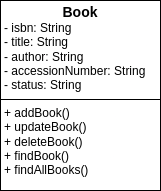
Earlier version of the draw.io export Library Management System UML.drawio.png (damoiskii/LMS-Server). Source tidied: cells renumbered, new cells last; positions are measured from the earlier drawing's top-left corner, leaving out a move shared by most shapes. Source of this version:
```xml
<mxGraphModel>
  <root>
    <mxCell id="0" />
    <mxCell id="1" parent="0" />
    <mxCell id="2" value="&lt;p style=&quot;text-align: center; margin: 4px 0px 0px;&quot;&gt;&lt;b&gt;&lt;font style=&quot;font-size: 14px;&quot;&gt;Book&lt;/font&gt;&lt;/b&gt;&lt;/p&gt;&lt;p style=&quot;margin:0px;margin-left:4px;&quot;&gt;- isbn: String&lt;/p&gt;&lt;p style=&quot;margin:0px;margin-left:4px;&quot;&gt;-&amp;nbsp;&lt;span style=&quot;background-color: initial;&quot;&gt;title: String&lt;/span&gt;&lt;/p&gt;&lt;p style=&quot;margin:0px;margin-left:4px;&quot;&gt;- author: String&lt;/p&gt;&lt;p style=&quot;margin:0px;margin-left:4px;&quot;&gt;- accessionNumber: String&lt;/p&gt;&lt;p style=&quot;margin:0px;margin-left:4px;&quot;&gt;- status: String&lt;/p&gt;&lt;hr size=&quot;1&quot; style=&quot;border-style:solid;&quot;&gt;&lt;p style=&quot;margin:0px;margin-left:4px;&quot;&gt;+ addBook()&lt;/p&gt;&lt;p style=&quot;margin:0px;margin-left:4px;&quot;&gt;+ updateBook()&lt;/p&gt;&lt;p style=&quot;margin:0px;margin-left:4px;&quot;&gt;+ deleteBook()&lt;/p&gt;&lt;p style=&quot;margin:0px;margin-left:4px;&quot;&gt;+ findBook()&lt;/p&gt;&lt;p style=&quot;margin:0px;margin-left:4px;&quot;&gt;+ findAllBooks()&lt;/p&gt;&lt;p style=&quot;margin:0px;margin-left:4px;&quot;&gt;&lt;br&gt;&lt;/p&gt;" style="verticalAlign=top;align=left;overflow=fill;html=1;whiteSpace=wrap;" parent="1" vertex="1">
      <mxGeometry width="160" height="190" as="geometry" />
    </mxCell>
  </root>
</mxGraphModel>
```
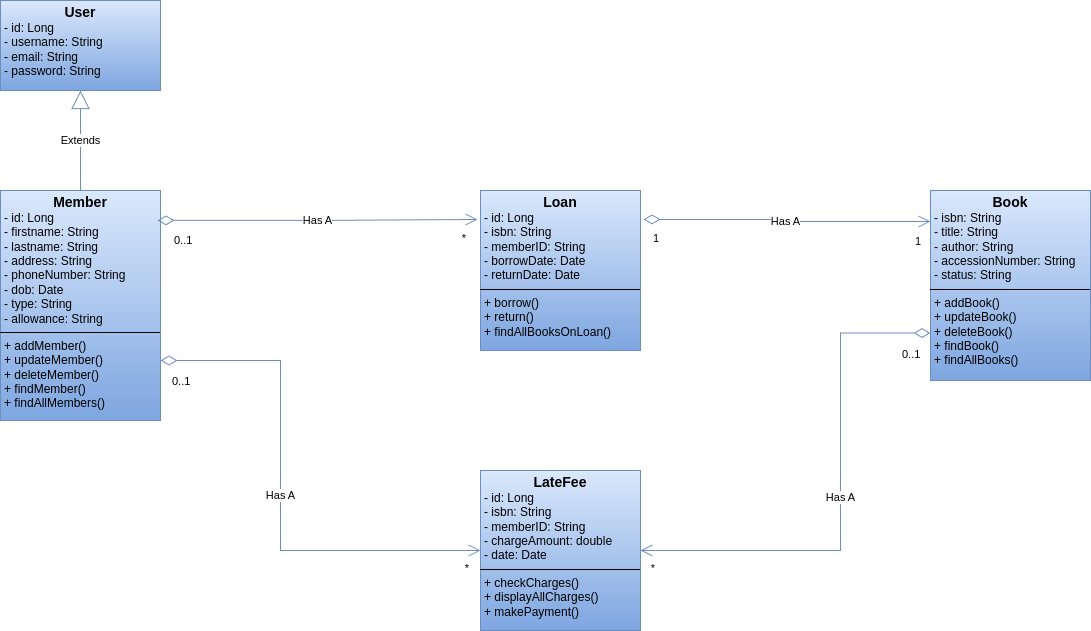
After the commit.

Diff of the diagram source:
```diff
@@ -2,8 +2,86 @@
   <root>
     <mxCell id="0" />
     <mxCell id="1" parent="0" />
-    <mxCell id="2" value="&lt;p style=&quot;text-align: center; margin: 4px 0px 0px;&quot;&gt;&lt;b&gt;&lt;font style=&quot;font-size: 14px;&quot;&gt;Book&lt;/font&gt;&lt;/b&gt;&lt;/p&gt;&lt;p style=&quot;margin:0px;margin-left:4px;&quot;&gt;- isbn: String&lt;/p&gt;&lt;p style=&quot;margin:0px;margin-left:4px;&quot;&gt;-&amp;nbsp;&lt;span style=&quot;background-color: initial;&quot;&gt;title: String&lt;/span&gt;&lt;/p&gt;&lt;p style=&quot;margin:0px;margin-left:4px;&quot;&gt;- author: String&lt;/p&gt;&lt;p style=&quot;margin:0px;margin-left:4px;&quot;&gt;- accessionNumber: String&lt;/p&gt;&lt;p style=&quot;margin:0px;margin-left:4px;&quot;&gt;- status: String&lt;/p&gt;&lt;hr size=&quot;1&quot; style=&quot;border-style:solid;&quot;&gt;&lt;p style=&quot;margin:0px;margin-left:4px;&quot;&gt;+ addBook()&lt;/p&gt;&lt;p style=&quot;margin:0px;margin-left:4px;&quot;&gt;+ updateBook()&lt;/p&gt;&lt;p style=&quot;margin:0px;margin-left:4px;&quot;&gt;+ deleteBook()&lt;/p&gt;&lt;p style=&quot;margin:0px;margin-left:4px;&quot;&gt;+ findBook()&lt;/p&gt;&lt;p style=&quot;margin:0px;margin-left:4px;&quot;&gt;+ findAllBooks()&lt;/p&gt;&lt;p style=&quot;margin:0px;margin-left:4px;&quot;&gt;&lt;br&gt;&lt;/p&gt;" style="verticalAlign=top;align=left;overflow=fill;html=1;whiteSpace=wrap;" parent="1" vertex="1">
+    <mxCell id="2" value="&lt;p style=&quot;text-align: center; margin: 4px 0px 0px;&quot;&gt;&lt;b&gt;&lt;font style=&quot;font-size: 14px;&quot;&gt;Book&lt;/font&gt;&lt;/b&gt;&lt;/p&gt;&lt;p style=&quot;margin:0px;margin-left:4px;&quot;&gt;- isbn: String&lt;/p&gt;&lt;p style=&quot;margin:0px;margin-left:4px;&quot;&gt;-&amp;nbsp;&lt;span style=&quot;background-color: initial;&quot;&gt;title: String&lt;/span&gt;&lt;/p&gt;&lt;p style=&quot;margin:0px;margin-left:4px;&quot;&gt;- author: String&lt;/p&gt;&lt;p style=&quot;margin:0px;margin-left:4px;&quot;&gt;- accessionNumber: String&lt;/p&gt;&lt;p style=&quot;margin:0px;margin-left:4px;&quot;&gt;- status: String&lt;/p&gt;&lt;hr size=&quot;1&quot; style=&quot;border-style:solid;&quot;&gt;&lt;p style=&quot;margin:0px;margin-left:4px;&quot;&gt;+ addBook()&lt;/p&gt;&lt;p style=&quot;margin:0px;margin-left:4px;&quot;&gt;+ updateBook()&lt;/p&gt;&lt;p style=&quot;margin:0px;margin-left:4px;&quot;&gt;+ deleteBook()&lt;/p&gt;&lt;p style=&quot;margin:0px;margin-left:4px;&quot;&gt;+ findBook()&lt;/p&gt;&lt;p style=&quot;margin:0px;margin-left:4px;&quot;&gt;+ findAllBooks()&lt;/p&gt;&lt;p style=&quot;margin:0px;margin-left:4px;&quot;&gt;&lt;br&gt;&lt;/p&gt;" style="verticalAlign=top;align=left;overflow=fill;html=1;whiteSpace=wrap;fillColor=#dae8fc;gradientColor=#7ea6e0;strokeColor=#6c8ebf;" parent="1" vertex="1">
       <mxGeometry width="160" height="190" as="geometry" />
     </mxCell>
+    <mxCell id="3" value="&lt;p style=&quot;text-align: center; margin: 4px 0px 0px;&quot;&gt;&lt;b&gt;&lt;font style=&quot;font-size: 14px;&quot;&gt;User&lt;/font&gt;&lt;/b&gt;&lt;/p&gt;&lt;p style=&quot;margin:0px;margin-left:4px;&quot;&gt;- id: Long&lt;/p&gt;&lt;p style=&quot;margin:0px;margin-left:4px;&quot;&gt;- username&lt;span style=&quot;background-color: initial;&quot;&gt;: String&lt;/span&gt;&lt;/p&gt;&lt;p style=&quot;margin:0px;margin-left:4px;&quot;&gt;- email: String&lt;/p&gt;&lt;p style=&quot;margin:0px;margin-left:4px;&quot;&gt;- password: String&lt;/p&gt;&lt;p style=&quot;margin:0px;margin-left:4px;&quot;&gt;&lt;br&gt;&lt;/p&gt;&lt;p style=&quot;margin:0px;margin-left:4px;&quot;&gt;&lt;br&gt;&lt;/p&gt;" style="verticalAlign=top;align=left;overflow=fill;html=1;whiteSpace=wrap;fillColor=#dae8fc;strokeColor=#6c8ebf;gradientColor=#7ea6e0;" parent="1" vertex="1">
+      <mxGeometry x="-930" y="-190" width="160" height="90" as="geometry" />
+    </mxCell>
+    <mxCell id="4" value="&lt;p style=&quot;text-align: center; margin: 4px 0px 0px;&quot;&gt;&lt;b&gt;&lt;font style=&quot;font-size: 14px;&quot;&gt;Member&lt;/font&gt;&lt;/b&gt;&lt;/p&gt;&lt;p style=&quot;margin:0px;margin-left:4px;&quot;&gt;- id:&amp;nbsp;&lt;span style=&quot;background-color: transparent; color: light-dark(rgb(0, 0, 0), rgb(255, 255, 255));&quot;&gt;Long&lt;/span&gt;&lt;/p&gt;&lt;p style=&quot;margin:0px;margin-left:4px;&quot;&gt;- firstname&lt;span style=&quot;background-color: initial;&quot;&gt;: String&lt;/span&gt;&lt;/p&gt;&lt;p style=&quot;margin:0px;margin-left:4px;&quot;&gt;- lastname: String&lt;/p&gt;&lt;p style=&quot;margin:0px;margin-left:4px;&quot;&gt;- address: String&lt;/p&gt;&lt;p style=&quot;margin:0px;margin-left:4px;&quot;&gt;- phoneNumber: String&lt;/p&gt;&lt;p style=&quot;margin:0px;margin-left:4px;&quot;&gt;- dob: Date&lt;/p&gt;&lt;p style=&quot;margin:0px;margin-left:4px;&quot;&gt;- type: String&lt;/p&gt;&lt;p style=&quot;margin:0px;margin-left:4px;&quot;&gt;- allowance: String&lt;/p&gt;&lt;hr size=&quot;1&quot; style=&quot;border-style:solid;&quot;&gt;&lt;p style=&quot;margin:0px;margin-left:4px;&quot;&gt;+ addMember()&lt;/p&gt;&lt;p style=&quot;margin:0px;margin-left:4px;&quot;&gt;+ updateMember()&lt;/p&gt;&lt;p style=&quot;margin:0px;margin-left:4px;&quot;&gt;+ deleteMember()&lt;/p&gt;&lt;p style=&quot;margin:0px;margin-left:4px;&quot;&gt;+ findMember()&lt;/p&gt;&lt;p style=&quot;margin:0px;margin-left:4px;&quot;&gt;+ findAllMembers()&lt;/p&gt;&lt;p style=&quot;margin:0px;margin-left:4px;&quot;&gt;&lt;br&gt;&lt;/p&gt;" style="verticalAlign=top;align=left;overflow=fill;html=1;whiteSpace=wrap;fillColor=#dae8fc;gradientColor=#7ea6e0;strokeColor=#6c8ebf;" parent="1" vertex="1">
+      <mxGeometry x="-930" width="160" height="230" as="geometry" />
+    </mxCell>
+    <mxCell id="5" value="&lt;font style=&quot;color: light-dark(rgb(0, 0, 0), rgb(51, 153, 255));&quot;&gt;Extends&lt;/font&gt;" style="endArrow=block;endSize=16;endFill=0;html=1;rounded=0;exitX=0.5;exitY=0;exitDx=0;exitDy=0;entryX=0.5;entryY=1;entryDx=0;entryDy=0;fillColor=#dae8fc;gradientColor=#7ea6e0;strokeColor=#6c8ebf;" parent="1" edge="1" source="4" target="3">
+      <mxGeometry relative="1" as="geometry" />
+    </mxCell>
+    <mxCell id="6" value="&lt;p style=&quot;text-align: center; margin: 4px 0px 0px;&quot;&gt;&lt;b&gt;&lt;font style=&quot;font-size: 14px;&quot;&gt;Loan&lt;/font&gt;&lt;/b&gt;&lt;/p&gt;&lt;p style=&quot;margin:0px;margin-left:4px;&quot;&gt;- id:&amp;nbsp;&lt;span style=&quot;background-color: transparent; color: light-dark(rgb(0, 0, 0), rgb(255, 255, 255));&quot;&gt;Long&lt;/span&gt;&lt;/p&gt;&lt;p style=&quot;margin:0px;margin-left:4px;&quot;&gt;- isbn: String&lt;/p&gt;&lt;p style=&quot;margin:0px;margin-left:4px;&quot;&gt;-&amp;nbsp;&lt;span style=&quot;background-color: initial;&quot;&gt;memberID: String&lt;/span&gt;&lt;/p&gt;&lt;p style=&quot;margin:0px;margin-left:4px;&quot;&gt;- borrowDate: Date&lt;/p&gt;&lt;p style=&quot;margin:0px;margin-left:4px;&quot;&gt;- returnDate: Date&lt;/p&gt;&lt;hr size=&quot;1&quot; style=&quot;border-style:solid;&quot;&gt;&lt;p style=&quot;margin:0px;margin-left:4px;&quot;&gt;+ borrow()&lt;/p&gt;&lt;p style=&quot;margin:0px;margin-left:4px;&quot;&gt;+ return()&lt;/p&gt;&lt;p style=&quot;margin:0px;margin-left:4px;&quot;&gt;&lt;span style=&quot;background-color: transparent; color: light-dark(rgb(0, 0, 0), rgb(255, 255, 255));&quot;&gt;+ findAllBooksOnLoan()&lt;/span&gt;&lt;/p&gt;&lt;p style=&quot;margin:0px;margin-left:4px;&quot;&gt;&lt;br&gt;&lt;/p&gt;" style="verticalAlign=top;align=left;overflow=fill;html=1;whiteSpace=wrap;fillColor=#dae8fc;gradientColor=#7ea6e0;strokeColor=#6c8ebf;" parent="1" vertex="1">
+      <mxGeometry x="-450" width="160" height="160" as="geometry" />
+    </mxCell>
+    <mxCell id="7" value="&lt;p style=&quot;text-align: center; margin: 4px 0px 0px;&quot;&gt;&lt;b&gt;&lt;font style=&quot;font-size: 14px;&quot;&gt;LateFee&lt;/font&gt;&lt;/b&gt;&lt;/p&gt;&lt;p style=&quot;margin:0px;margin-left:4px;&quot;&gt;- id:&amp;nbsp;&lt;span style=&quot;background-color: transparent; color: light-dark(rgb(0, 0, 0), rgb(255, 255, 255));&quot;&gt;Long&lt;/span&gt;&lt;/p&gt;&lt;p style=&quot;margin:0px;margin-left:4px;&quot;&gt;- isbn: String&lt;/p&gt;&lt;p style=&quot;margin:0px;margin-left:4px;&quot;&gt;-&amp;nbsp;&lt;span style=&quot;background-color: initial;&quot;&gt;memberID: String&lt;/span&gt;&lt;/p&gt;&lt;p style=&quot;margin:0px;margin-left:4px;&quot;&gt;- chargeAmount: double&lt;/p&gt;&lt;p style=&quot;margin:0px;margin-left:4px;&quot;&gt;- date: Date&lt;/p&gt;&lt;hr size=&quot;1&quot; style=&quot;border-style:solid;&quot;&gt;&lt;p style=&quot;margin:0px;margin-left:4px;&quot;&gt;+ checkCharges()&lt;/p&gt;&lt;p style=&quot;margin:0px;margin-left:4px;&quot;&gt;+ displayAllCharges()&lt;/p&gt;&lt;p style=&quot;margin:0px;margin-left:4px;&quot;&gt;&lt;span style=&quot;background-color: transparent; color: light-dark(rgb(0, 0, 0), rgb(255, 255, 255));&quot;&gt;+ makePayment()&lt;/span&gt;&lt;/p&gt;&lt;p style=&quot;margin:0px;margin-left:4px;&quot;&gt;&lt;br&gt;&lt;/p&gt;" style="verticalAlign=top;align=left;overflow=fill;html=1;whiteSpace=wrap;fillColor=#dae8fc;gradientColor=#7ea6e0;strokeColor=#6c8ebf;" parent="1" vertex="1">
+      <mxGeometry x="-450" y="280" width="160" height="160" as="geometry" />
+    </mxCell>
+    <mxCell id="8" value="&lt;font style=&quot;color: light-dark(rgb(0, 0, 0), rgb(51, 153, 255));&quot;&gt;Has A&lt;/font&gt;" style="endArrow=open;html=1;endSize=10;startArrow=diamondThin;startSize=14;startFill=0;edgeStyle=orthogonalEdgeStyle;rounded=0;exitX=0.981;exitY=0.13;exitDx=0;exitDy=0;exitPerimeter=0;entryX=-0.019;entryY=0.181;entryDx=0;entryDy=0;entryPerimeter=0;fillColor=#dae8fc;gradientColor=#7ea6e0;strokeColor=#6c8ebf;" parent="1" edge="1" source="4" target="6">
+      <mxGeometry relative="1" as="geometry" />
+    </mxCell>
+    <mxCell id="9" value="&lt;font style=&quot;color: light-dark(rgb(0, 0, 0), rgb(51, 153, 255));&quot;&gt;0..1&lt;/font&gt;" style="edgeLabel;html=1;align=left;verticalAlign=top;" parent="8" vertex="1">
+      <mxGeometry x="-1" relative="1" as="geometry">
+        <mxPoint x="15" y="7" as="offset" />
+      </mxGeometry>
+    </mxCell>
+    <mxCell id="10" value="&lt;font style=&quot;color: light-dark(rgb(0, 0, 0), rgb(51, 153, 255));&quot;&gt;*&lt;/font&gt;" style="edgeLabel;html=1;align=right;verticalAlign=top;" parent="8" vertex="1">
+      <mxGeometry x="1" relative="1" as="geometry">
+        <mxPoint x="-11" y="6" as="offset" />
+      </mxGeometry>
+    </mxCell>
+    <mxCell id="11" value="&lt;font style=&quot;color: light-dark(rgb(0, 0, 0), rgb(51, 153, 255));&quot;&gt;Has A&lt;/font&gt;" style="endArrow=open;html=1;endSize=10;startArrow=diamondThin;startSize=14;startFill=0;edgeStyle=orthogonalEdgeStyle;rounded=0;exitX=1.019;exitY=0.181;exitDx=0;exitDy=0;exitPerimeter=0;entryX=0;entryY=0.163;entryDx=0;entryDy=0;entryPerimeter=0;fillColor=#dae8fc;gradientColor=#7ea6e0;strokeColor=#6c8ebf;" parent="1" edge="1" source="6" target="2">
+      <mxGeometry relative="1" as="geometry" />
+    </mxCell>
+    <mxCell id="12" value="&lt;font style=&quot;color: light-dark(rgb(0, 0, 0), rgb(51, 153, 255));&quot;&gt;1&lt;/font&gt;" style="edgeLabel;html=1;align=left;verticalAlign=top;" parent="11" vertex="1">
+      <mxGeometry x="-1" relative="1" as="geometry">
+        <mxPoint x="8" y="6" as="offset" />
+      </mxGeometry>
+    </mxCell>
+    <mxCell id="13" value="&lt;font style=&quot;color: light-dark(rgb(0, 0, 0), rgb(51, 153, 255));&quot;&gt;1&lt;/font&gt;" style="edgeLabel;html=1;align=right;verticalAlign=top;" parent="11" vertex="1">
+      <mxGeometry x="1" relative="1" as="geometry">
+        <mxPoint x="-9" y="7" as="offset" />
+      </mxGeometry>
+    </mxCell>
+    <mxCell id="14" value="&lt;font style=&quot;color: light-dark(rgb(0, 0, 0), rgb(51, 153, 255));&quot;&gt;Has A&lt;/font&gt;" style="endArrow=open;html=1;endSize=10;startArrow=diamondThin;startSize=14;startFill=0;edgeStyle=orthogonalEdgeStyle;rounded=0;exitX=1;exitY=0.75;exitDx=0;exitDy=0;fillColor=#dae8fc;gradientColor=#7ea6e0;strokeColor=#6c8ebf;entryX=0;entryY=0.5;entryDx=0;entryDy=0;" parent="1" edge="1" target="7">
+      <mxGeometry relative="1" as="geometry">
+        <mxPoint x="-770" y="170" as="sourcePoint" />
+        <Array as="points">
+          <mxPoint x="-650" y="170" />
+          <mxPoint x="-650" y="360" />
+        </Array>
+      </mxGeometry>
+    </mxCell>
+    <mxCell id="15" value="&lt;font style=&quot;color: light-dark(rgb(0, 0, 0), rgb(51, 153, 255));&quot;&gt;0..1&lt;/font&gt;" style="edgeLabel;html=1;align=left;verticalAlign=top;" parent="14" vertex="1">
+      <mxGeometry x="-1" relative="1" as="geometry">
+        <mxPoint x="10" y="8" as="offset" />
+      </mxGeometry>
+    </mxCell>
+    <mxCell id="16" value="&lt;font style=&quot;color: light-dark(rgb(0, 0, 0), rgb(51, 153, 255));&quot;&gt;*&lt;/font&gt;" style="edgeLabel;html=1;align=right;verticalAlign=top;" parent="14" vertex="1">
+      <mxGeometry x="1" relative="1" as="geometry">
+        <mxPoint x="-11" y="5" as="offset" />
+      </mxGeometry>
+    </mxCell>
+    <mxCell id="17" value="&lt;font style=&quot;color: light-dark(rgb(0, 0, 0), rgb(51, 153, 255));&quot;&gt;Has A&lt;/font&gt;" style="endArrow=open;html=1;endSize=10;startArrow=diamondThin;startSize=14;startFill=0;edgeStyle=orthogonalEdgeStyle;rounded=0;exitX=0;exitY=0.75;exitDx=0;exitDy=0;fillColor=#dae8fc;gradientColor=#7ea6e0;strokeColor=#6c8ebf;entryX=1;entryY=0.5;entryDx=0;entryDy=0;" parent="1" edge="1" source="2" target="7">
+      <mxGeometry relative="1" as="geometry">
+        <Array as="points">
+          <mxPoint x="-90" y="143" />
+          <mxPoint x="-90" y="360" />
+        </Array>
+      </mxGeometry>
+    </mxCell>
+    <mxCell id="18" value="&lt;font style=&quot;color: light-dark(rgb(0, 0, 0), rgb(51, 153, 255));&quot;&gt;0..1&lt;/font&gt;" style="edgeLabel;html=1;align=left;verticalAlign=top;" parent="17" vertex="1">
+      <mxGeometry x="-1" relative="1" as="geometry">
+        <mxPoint x="-30" y="8" as="offset" />
+      </mxGeometry>
+    </mxCell>
+    <mxCell id="19" value="&lt;font style=&quot;color: light-dark(rgb(0, 0, 0), rgb(51, 153, 255));&quot;&gt;*&lt;/font&gt;" style="edgeLabel;html=1;align=right;verticalAlign=top;" parent="17" vertex="1">
+      <mxGeometry x="1" relative="1" as="geometry">
+        <mxPoint x="15" y="5" as="offset" />
+      </mxGeometry>
+    </mxCell>
   </root>
 </mxGraphModel>
```
